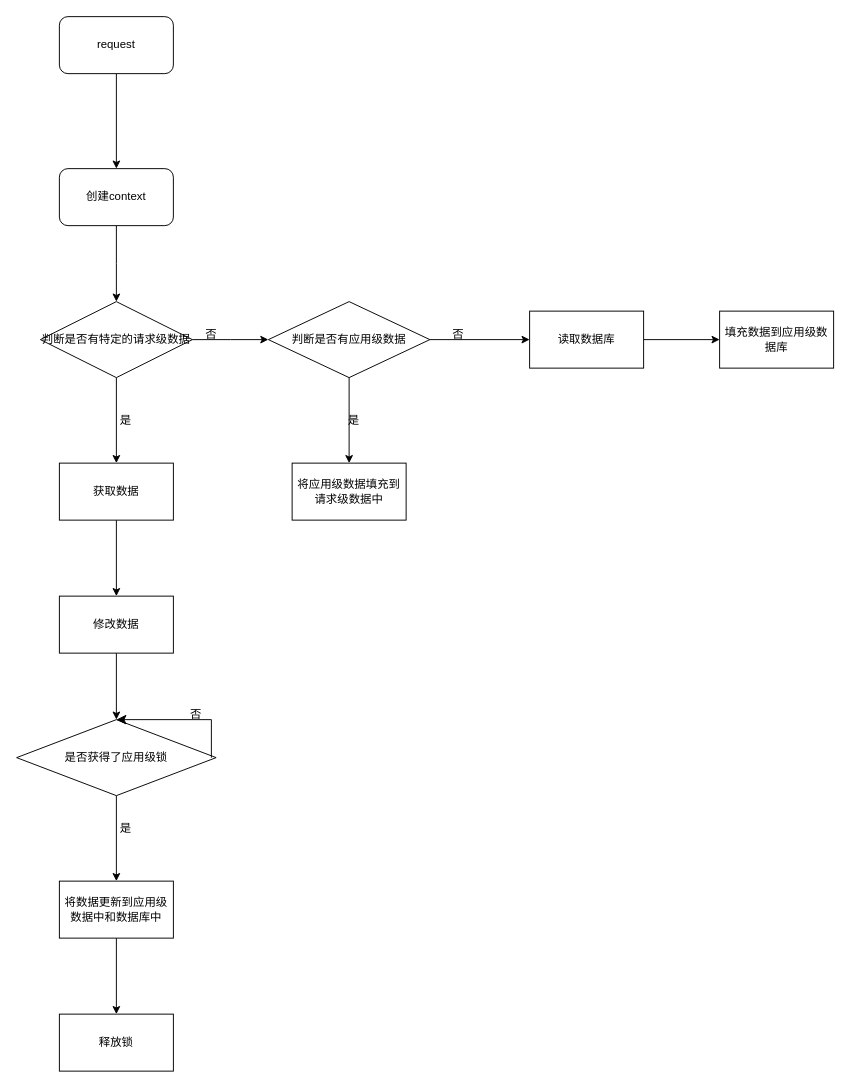
Above: wtiger.drawio in yongjuntang/draw.io (draw.io), before the change. Source tidied: cells renumbered, new cells numbered last; positions are measured from the earlier drawing's top-left corner, leaving out a move shared by most shapes. Both pictures are drawn from the tidied source at 95%, with x=0, y=0 at pixel (16, 16).
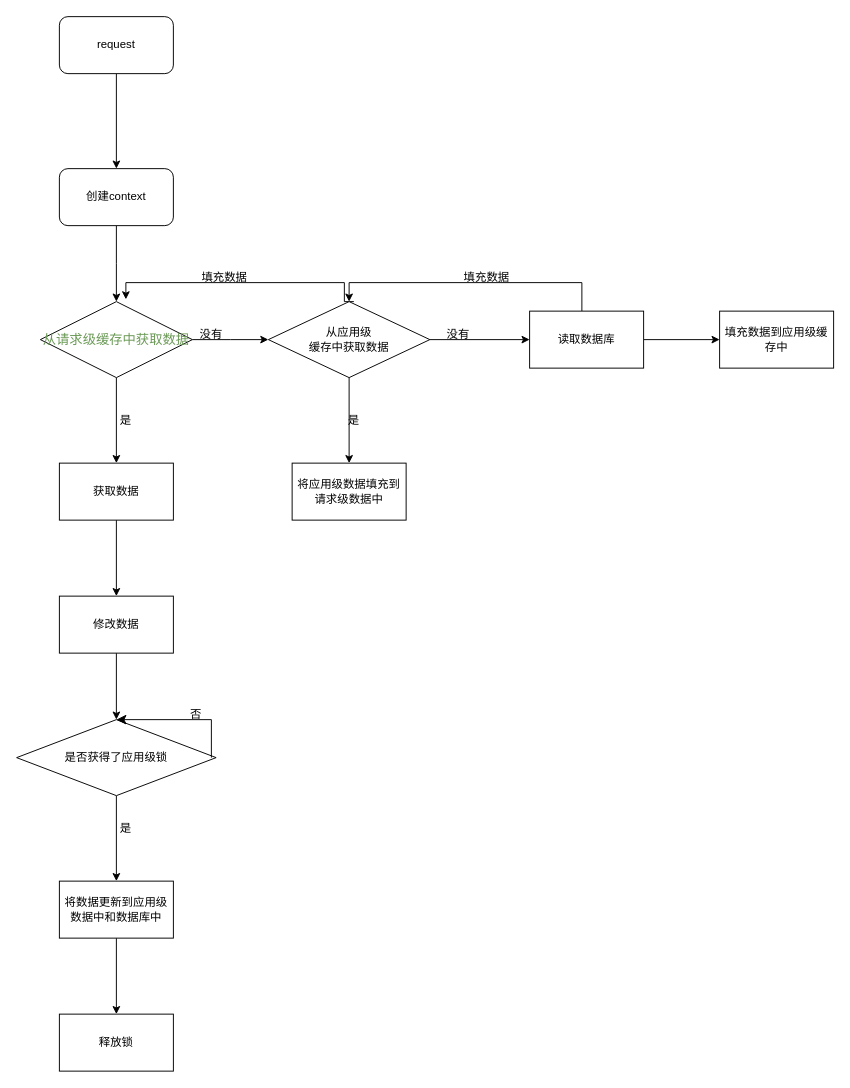
After the change.

Unchanged cells that the change refers to:
```xml
<mxCell id="14" value="读取数据库" style="whiteSpace=wrap;html=1;" parent="1" vertex="1">
  <mxGeometry x="540" y="310" width="120" height="60" as="geometry" />
</mxCell>
```

Change to the diagram source:
```diff
@@
-    <mxCell id="8" value="判断是否有特定的请求级数据" style="rhombus;whiteSpace=wrap;html=1;" parent="1" vertex="1">
+    <mxCell id="8" value="&lt;font face=&quot;Menlo, Monaco, Courier New, monospace&quot; color=&quot;#6a9955&quot;&gt;&lt;span style=&quot;font-size: 14px; white-space: pre;&quot;&gt;从请求级缓存中获取数据&lt;/span&gt;&lt;/font&gt;" style="rhombus;whiteSpace=wrap;html=1;" parent="1" vertex="1">
       <mxGeometry x="25" y="300" width="160" height="80" as="geometry" />
     </mxCell>
-    <mxCell id="9" value="否" style="text;strokeColor=none;align=center;fillColor=none;html=1;verticalAlign=middle;whiteSpace=wrap;rounded=0;" parent="1" vertex="1">
+    <mxCell id="9" value="没有" style="text;strokeColor=none;align=center;fillColor=none;html=1;verticalAlign=middle;whiteSpace=wrap;rounded=0;" parent="1" vertex="1">
       <mxGeometry x="175" y="320" width="60" height="30" as="geometry" />
     </mxCell>
@@
+    <mxCell id="32" style="edgeStyle=orthogonalEdgeStyle;rounded=0;orthogonalLoop=1;jettySize=auto;html=1;entryX=0.5;entryY=0;entryDx=0;entryDy=0;" parent="1" edge="1">
+      <mxGeometry relative="1" as="geometry">
+        <mxPoint x="355" y="300" as="sourcePoint" />
+        <mxPoint x="115" y="297.6" as="targetPoint" />
+        <Array as="points">
+          <mxPoint x="345" y="300" />
+          <mxPoint x="345" y="280" />
+          <mxPoint x="115" y="280" />
+        </Array>
+      </mxGeometry>
+    </mxCell>
-    <mxCell id="12" value="判断是否有应用级数据" style="rhombus;whiteSpace=wrap;html=1;" parent="1" vertex="1">
+    <mxCell id="12" value="从应用级&lt;div&gt;缓存中获取数据&lt;/div&gt;" style="rhombus;whiteSpace=wrap;html=1;" parent="1" vertex="1">
       <mxGeometry x="265" y="300" width="170" height="80" as="geometry" />
     </mxCell>
@@
+    <mxCell id="33" style="edgeStyle=orthogonalEdgeStyle;rounded=0;jettySize=auto;html=1;entryX=0.5;entryY=0;entryDx=0;entryDy=0;" parent="1" edge="1" source="14" target="12">
+      <mxGeometry relative="1" as="geometry">
+        <Array as="points">
+          <mxPoint x="595" y="280" />
+          <mxPoint x="350" y="280" />
+        </Array>
+      </mxGeometry>
+    </mxCell>
@@
-    <mxCell id="15" value="否" style="text;strokeColor=none;align=center;fillColor=none;html=1;verticalAlign=middle;whiteSpace=wrap;rounded=0;" parent="1" vertex="1">
+    <mxCell id="15" value="没有" style="text;strokeColor=none;align=center;fillColor=none;html=1;verticalAlign=middle;whiteSpace=wrap;rounded=0;" parent="1" vertex="1">
       <mxGeometry x="435" y="320" width="60" height="30" as="geometry" />
     </mxCell>
-    <mxCell id="16" value="填充数据到应用级数据库" style="whiteSpace=wrap;html=1;" parent="1" vertex="1">
+    <mxCell id="16" value="填充数据到应用级缓存中" style="whiteSpace=wrap;html=1;" parent="1" vertex="1">
       <mxGeometry x="740" y="310" width="120" height="60" as="geometry" />
     </mxCell>
@@
+    <mxCell id="34" value="填充数据" style="text;strokeColor=none;align=center;fillColor=none;html=1;verticalAlign=middle;whiteSpace=wrap;rounded=0;" parent="1" vertex="1">
+      <mxGeometry x="465" y="260" width="60" height="30" as="geometry" />
+    </mxCell>
+    <mxCell id="35" value="填充数据" style="text;strokeColor=none;align=center;fillColor=none;html=1;verticalAlign=middle;whiteSpace=wrap;rounded=0;" parent="1" vertex="1">
+      <mxGeometry x="189" y="260" width="60" height="30" as="geometry" />
+    </mxCell>
```
